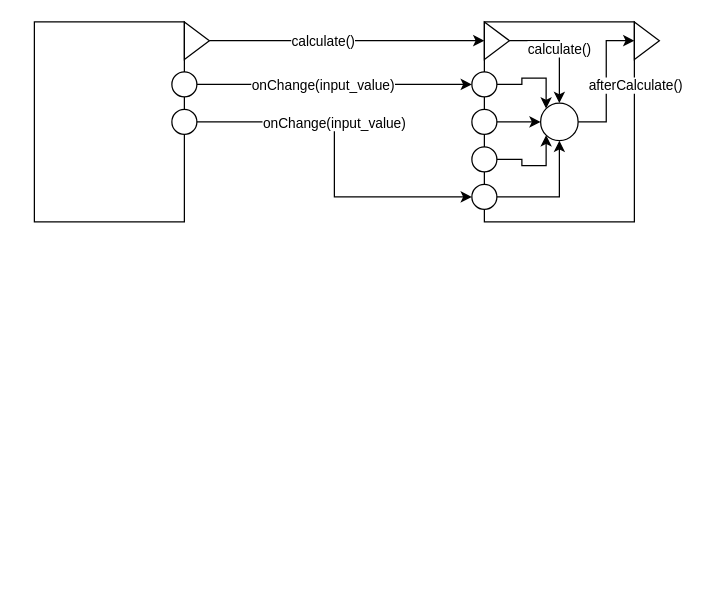
The draw.io diagram docs/assets/flow.drawio in mathisloge/dt-dataflow, before the edit. Source tidied: cells renumbered, new cells numbered last; positions are measured from the earlier drawing's top-left corner, leaving out a move shared by most shapes. Both pictures are drawn from the tidied source at 125%, with x=0, y=0 at pixel (34, 21).
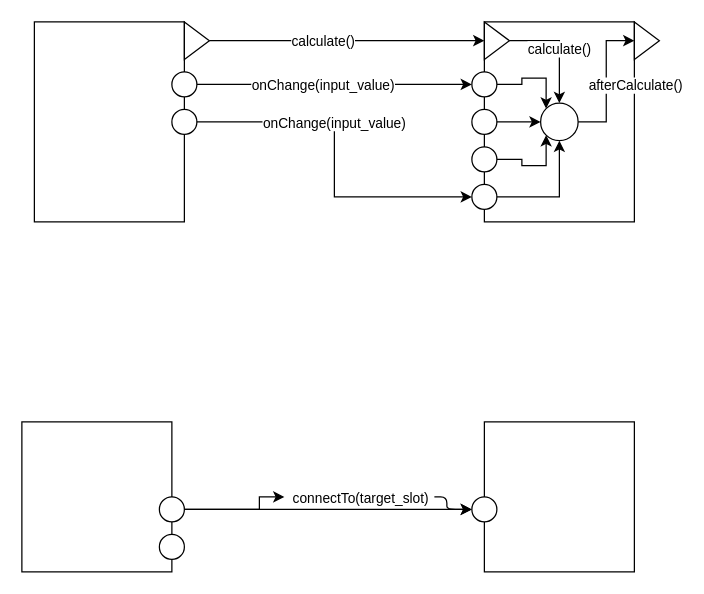
The same diagram, later.

Commit message (it also covers changes not shown here):
add prototype slot

The edit, as a diff of the source:
```diff
@@
+    <mxCell id="28" style="rounded=0;whiteSpace=wrap;html=1;" parent="1" vertex="1">
+      <mxGeometry x="-10" y="320" width="120" height="120" as="geometry" />
+    </mxCell>
+    <mxCell id="29" style="rounded=0;whiteSpace=wrap;html=1;" parent="1" vertex="1">
+      <mxGeometry x="360" y="320" width="120" height="120" as="geometry" />
+    </mxCell>
+    <mxCell id="30" style="ellipse;whiteSpace=wrap;html=1;" parent="1" vertex="1">
+      <mxGeometry x="100" y="410" width="20" height="20" as="geometry" />
+    </mxCell>
+    <mxCell id="31" style="edgeStyle=orthogonalEdgeStyle;rounded=0;jettySize=auto;html=1;entryX=0;entryY=0.5;entryDx=0;entryDy=0;" parent="1" edge="1" source="34" target="35">
+      <mxGeometry relative="1" as="geometry" />
+    </mxCell>
+    <mxCell id="32" value="connectTo(target_slot)" style="edgeLabel;html=1;align=center;verticalAlign=middle;" parent="31" vertex="1">
+      <mxGeometry x="0.82" relative="1" as="geometry">
+        <mxPoint x="-69" y="-10" as="offset" />
+      </mxGeometry>
+    </mxCell>
+    <mxCell id="33" style="edgeStyle=orthogonalEdgeStyle;rounded=0;jettySize=auto;html=1;" parent="1" edge="1" source="34">
+      <mxGeometry relative="1" as="geometry">
+        <mxPoint x="200" y="380" as="targetPoint" />
+        <Array as="points">
+          <mxPoint x="180" y="390" />
+          <mxPoint x="180" y="380" />
+        </Array>
+      </mxGeometry>
+    </mxCell>
+    <mxCell id="34" style="ellipse;whiteSpace=wrap;html=1;" parent="1" vertex="1">
+      <mxGeometry x="100" y="380" width="20" height="20" as="geometry" />
+    </mxCell>
+    <mxCell id="35" style="ellipse;whiteSpace=wrap;html=1;" parent="1" vertex="1">
+      <mxGeometry x="350" y="380" width="20" height="20" as="geometry" />
+    </mxCell>
+    <mxCell id="36" style="endArrow=classic;html=1;entryX=0;entryY=0.5;entryDx=0;entryDy=0;" parent="1" edge="1" target="35">
+      <mxGeometry relative="1" as="geometry">
+        <mxPoint x="320" y="380" as="sourcePoint" />
+        <Array as="points">
+          <mxPoint x="330" y="380" />
+          <mxPoint x="330" y="390" />
+        </Array>
+      </mxGeometry>
+    </mxCell>
```
